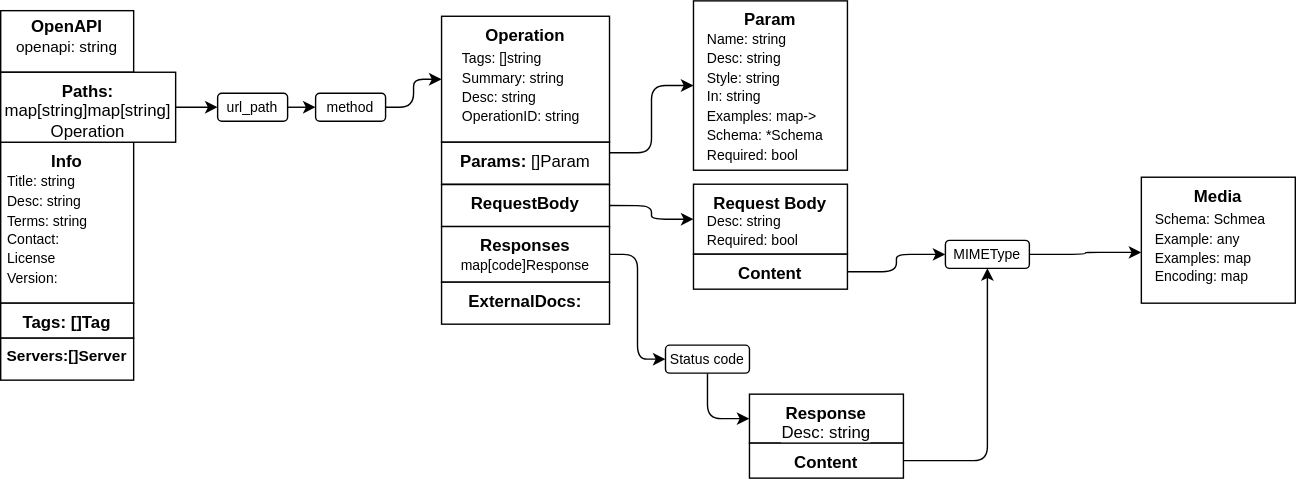
This is docs/chart.drawio.svg from hydronica/go-openapi, a draw.io export, as it was before one commit. Source tidied: cells renumbered, new cells last; positions are measured from the earlier drawing's top-left corner, leaving out a move shared by most shapes.
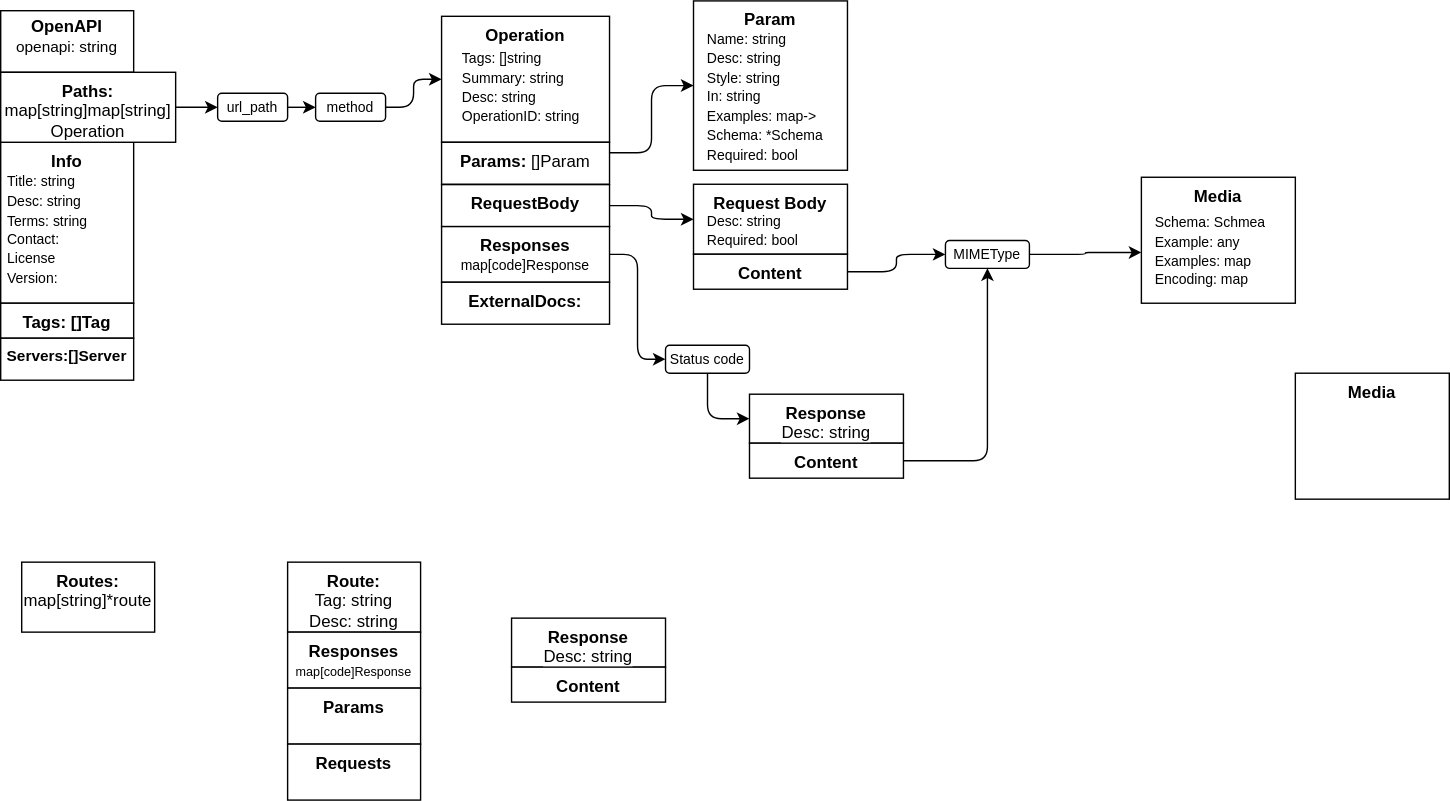
The same diagram one commit later.

Diff of the diagram source:
```diff
@@ -42,7 +42,7 @@
       <mxGeometry x="815" y="126" width="110" height="90" as="geometry" />
     </mxCell>
     <mxCell id="15" value="&lt;p style=&quot;line-height: 15%;&quot;&gt;&lt;span style=&quot;font-size: 10px;&quot;&gt;Schema: Schmea&amp;nbsp;&lt;/span&gt;&lt;/p&gt;&lt;p style=&quot;line-height: 15%;&quot;&gt;&lt;span style=&quot;font-size: 10px;&quot;&gt;Example: any&lt;/span&gt;&lt;/p&gt;&lt;p style=&quot;line-height: 15%;&quot;&gt;&lt;span style=&quot;font-size: 10px;&quot;&gt;Examples: map&lt;/span&gt;&lt;/p&gt;&lt;p style=&quot;line-height: 15%;&quot;&gt;&lt;span style=&quot;font-size: 10px;&quot;&gt;Encoding: map&lt;/span&gt;&lt;/p&gt;" style="text;html=1;strokeColor=none;fillColor=none;spacing=5;spacingTop=-20;whiteSpace=wrap;overflow=hidden;rounded=0;" parent="1" vertex="1">
-      <mxGeometry x="820" y="153.8" width="100" height="50" as="geometry" />
+      <mxGeometry x="820" y="156.1" width="100" height="50" as="geometry" />
     </mxCell>
     <mxCell id="16" value="Response&lt;span style=&quot;font-weight: normal;&quot;&gt;&lt;br&gt;Desc: string&lt;/span&gt;" style="whiteSpace=wrap;html=1;labelBackgroundColor=#FFFFFF;fontSize=12;fontColor=#000000;verticalAlign=top;fontStyle=1;" parent="1" vertex="1">
       <mxGeometry x="535" y="281" width="110" height="35" as="geometry" />
@@ -115,5 +115,29 @@
     <mxCell id="38" value="Content" style="whiteSpace=wrap;html=1;labelBackgroundColor=#FFFFFF;fontSize=12;fontColor=#000000;align=center;verticalAlign=top;fontStyle=1;" parent="1" vertex="1">
       <mxGeometry x="535" y="316" width="110" height="25" as="geometry" />
     </mxCell>
+    <mxCell id="39" value="Routes: &lt;br&gt;&lt;span style=&quot;font-weight: normal;&quot;&gt;map[string]*route&lt;/span&gt;" style="rounded=0;whiteSpace=wrap;html=1;verticalAlign=top;fontStyle=1;" parent="1" vertex="1">
+      <mxGeometry x="15" y="401" width="95" height="50" as="geometry" />
+    </mxCell>
+    <mxCell id="40" value="Route: &lt;br&gt;&lt;span style=&quot;font-weight: normal;&quot;&gt;Tag: string&lt;br&gt;Desc: string&lt;br&gt;&lt;/span&gt;" style="rounded=0;whiteSpace=wrap;html=1;verticalAlign=top;fontStyle=1;" parent="1" vertex="1">
+      <mxGeometry x="205" y="401" width="95" height="50" as="geometry" />
+    </mxCell>
+    <mxCell id="41" value="Responses&lt;br&gt;&lt;span style=&quot;font-weight: normal;&quot;&gt;&lt;font style=&quot;font-size: 9px;&quot;&gt;map[code]Response&lt;/font&gt;&lt;/span&gt;" style="rounded=0;whiteSpace=wrap;html=1;verticalAlign=top;fontStyle=1;" parent="1" vertex="1">
+      <mxGeometry x="205" y="451" width="95" height="40" as="geometry" />
+    </mxCell>
+    <mxCell id="42" value="Params" style="rounded=0;whiteSpace=wrap;html=1;verticalAlign=top;fontStyle=1;" parent="1" vertex="1">
+      <mxGeometry x="205" y="491" width="95" height="40" as="geometry" />
+    </mxCell>
+    <mxCell id="43" value="Requests" style="rounded=0;whiteSpace=wrap;html=1;verticalAlign=top;fontStyle=1;" parent="1" vertex="1">
+      <mxGeometry x="205" y="531" width="95" height="40" as="geometry" />
+    </mxCell>
+    <mxCell id="44" value="Response&lt;span style=&quot;font-weight: normal;&quot;&gt;&lt;br&gt;Desc: string&lt;/span&gt;" style="whiteSpace=wrap;html=1;labelBackgroundColor=#FFFFFF;fontSize=12;fontColor=#000000;verticalAlign=top;fontStyle=1;" parent="1" vertex="1">
+      <mxGeometry x="365" y="441" width="110" height="35" as="geometry" />
+    </mxCell>
+    <mxCell id="45" value="Content" style="whiteSpace=wrap;html=1;labelBackgroundColor=#FFFFFF;fontSize=12;fontColor=#000000;align=center;verticalAlign=top;fontStyle=1;" parent="1" vertex="1">
+      <mxGeometry x="365" y="476" width="110" height="25" as="geometry" />
+    </mxCell>
+    <mxCell id="46" value="Media" style="whiteSpace=wrap;html=1;labelBackgroundColor=#FFFFFF;fontSize=12;fontColor=#000000;verticalAlign=top;fontStyle=1;" parent="1" vertex="1">
+      <mxGeometry x="925" y="266" width="110" height="90" as="geometry" />
+    </mxCell>
   </root>
 </mxGraphModel>
```
